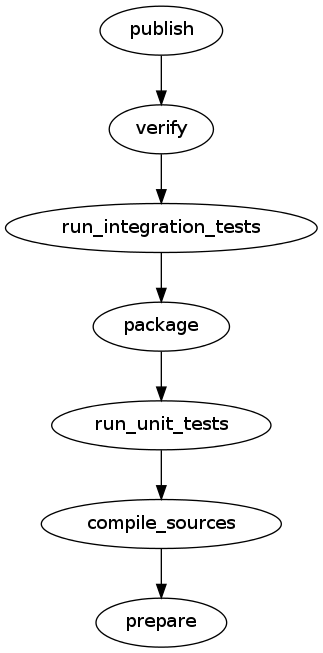
Before: deps.png, a diagram exported from Graphviz (mriehl/pybuilder-ci-talk). Its source is kept beside it as deps.dot.
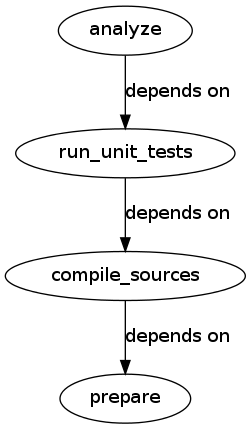
Above is the later version.

Diff of the diagram source:
```diff
@@ -1,8 +1,5 @@
 digraph G {
-   "publish" -> "verify";
-   "verify" -> "run_integration_tests";
-   "run_integration_tests" -> "package";
-   "package" -> "run_unit_tests";
-   "run_unit_tests" -> "compile_sources";
-   "compile_sources" -> "prepare";
+   "run_unit_tests" -> "compile_sources" [ label="depends on" ];
+   "analyze" -> "run_unit_tests" [ label="depends on" ];
+   "compile_sources" -> "prepare" [ label="depends on" ]
  }
```
